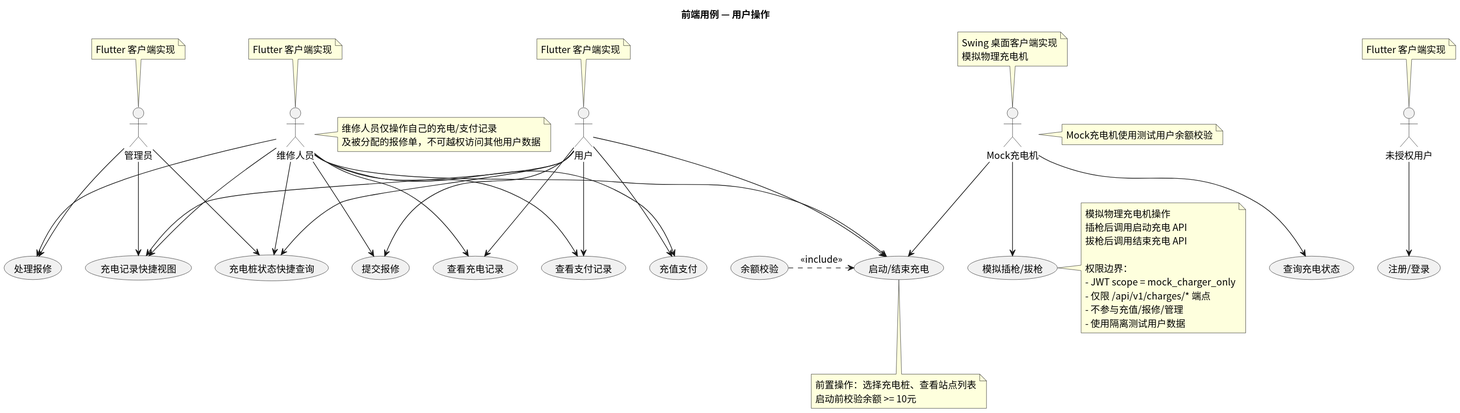
greenhandzdl/charging-station-doc keeps this PlantUML diagram as usecase/docs/frontend/img/frontend_usecases.svg. Above is the earlier version.
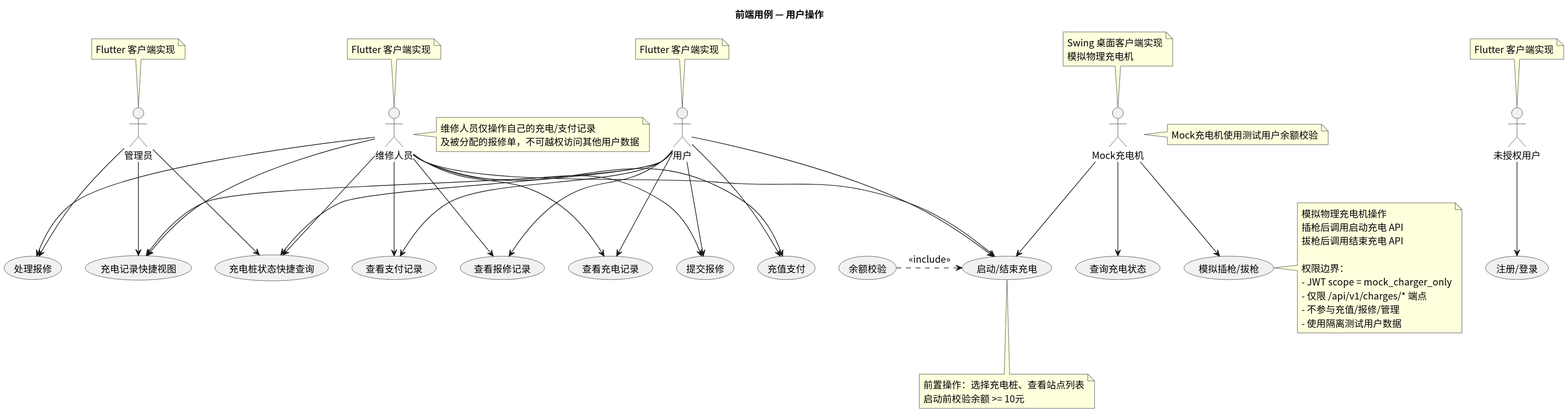
After the commit.

Diff of the diagram source:
```diff
@@ -23,6 +23,7 @@
 usecase "查看充电记录" as VCR
 usecase "查看支付记录" as VPR
 usecase "提交报修" as SRT
+usecase "查看报修记录" as VR
 usecase "处理报修" as HR
 usecase "充电记录快捷视图" as QV
 usecase "充电桩状态快捷查询" as QC
@@ -35,6 +36,7 @@
 U --> VCR
 U --> VPR
 U --> SRT
+U --> VR
 U --> QV
 U --> QC
 M --> CS
@@ -42,6 +44,7 @@
 M --> VCR
 M --> VPR
 M --> SRT
+M --> VR
 M --> HR
 note right of M : 维修人员仅操作自己的充电/支付记录\n及被分配的报修单，不可越权访问其他用户数据
 CS <.left. BC : <<include>>
```
